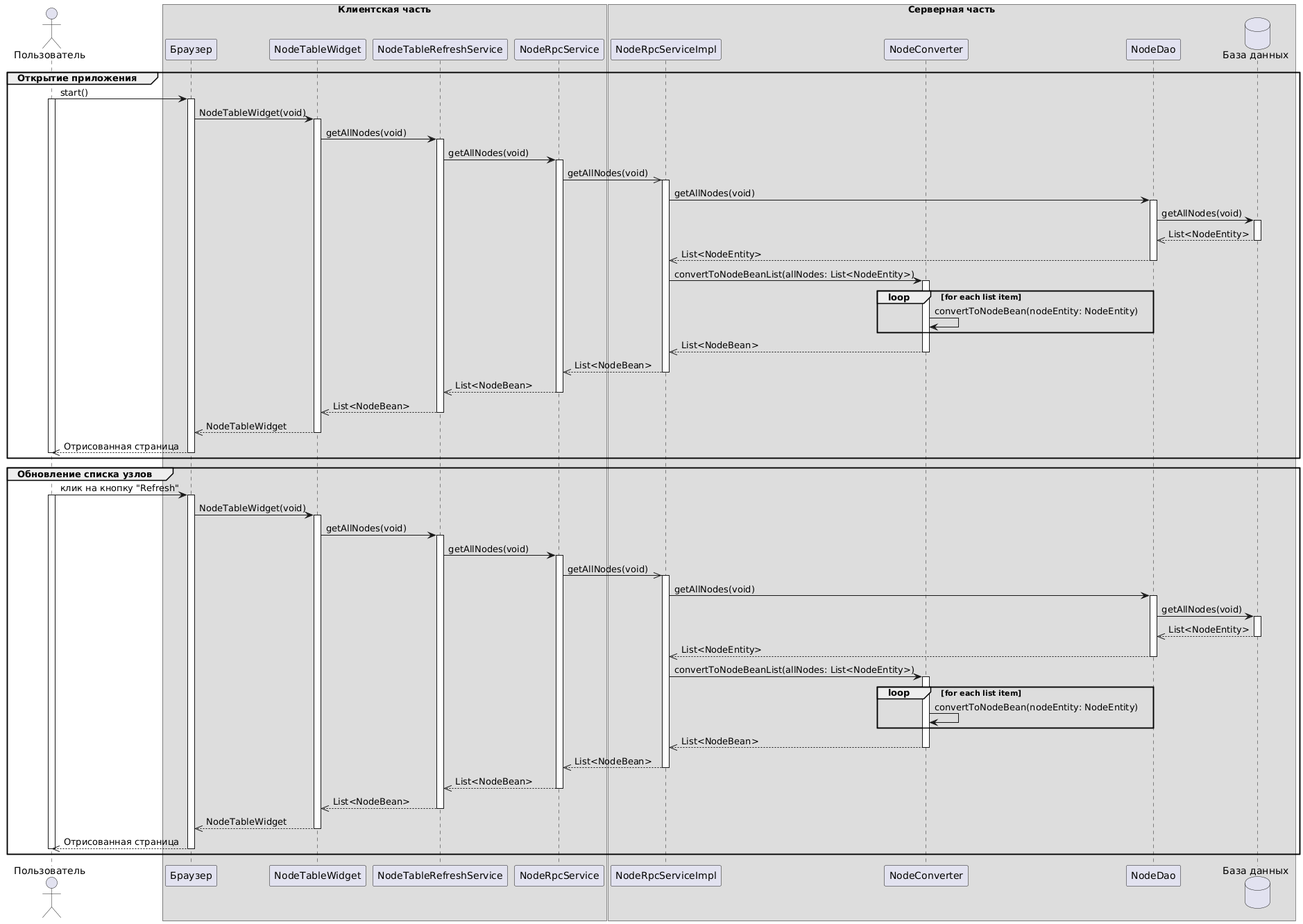
dbespa/gwt-tree keeps this PlantUML diagram as docs/sequence-diagram.png. Above is the earlier version.
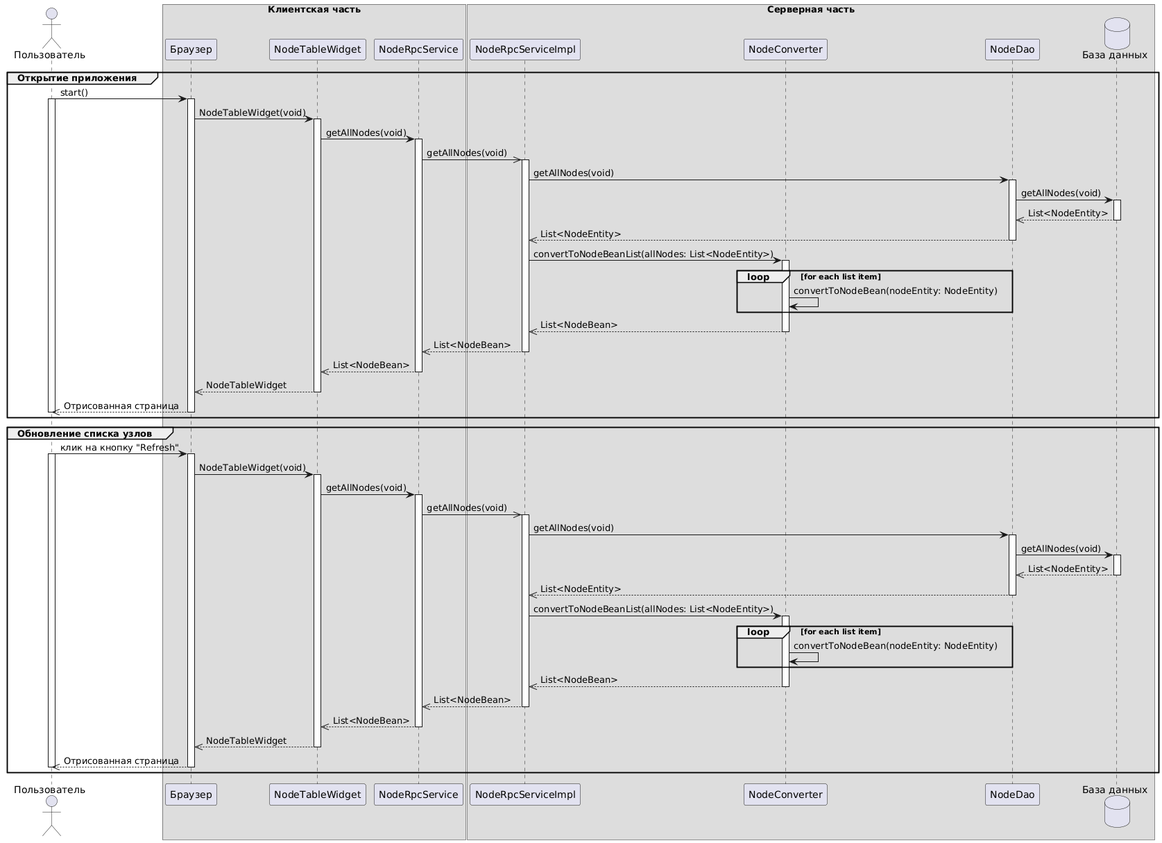
After the change.

Diff of the diagram source:
```diff
@@ -3,7 +3,6 @@
 box "Клиентская часть"
 participant "Браузер" as browser
 participant "NodeTableWidget" as widget
-participant "NodeTableRefreshService" as refreshService
 participant "NodeRpcService" as rpcService
 box end
 box "Серверная часть"
@@ -18,8 +17,7 @@
 user -> browser++:start()
 activate user
 browser -> widget++:NodeTableWidget(void)
-widget -> refreshService++:getAllNodes(void)
-refreshService -> rpcService++:getAllNodes(void)
+widget -> rpcService++:getAllNodes(void)
 rpcService ->> rpcServiceImpl++:getAllNodes(void)
 rpcServiceImpl -> dao++:getAllNodes(void)
 dao -> db++:getAllNodes(void)
@@ -32,8 +30,7 @@
 end
 converter -->> rpcServiceImpl--:List<NodeBean>
 rpcServiceImpl -->> rpcService--:List<NodeBean>
-rpcService -->> refreshService--:List<NodeBean>
-refreshService -->> widget--:List<NodeBean>
+rpcService -->> widget--:List<NodeBean>
 widget -->> browser--:NodeTableWidget
 browser -->> user--:Отрисованная страница
 deactivate user
@@ -45,8 +42,7 @@
 user -> browser++:клик на кнопку "Refresh"
 activate user
 browser -> widget++:NodeTableWidget(void)
-widget -> refreshService++:getAllNodes(void)
-refreshService -> rpcService++:getAllNodes(void)
+widget -> rpcService++:getAllNodes(void)
 rpcService ->> rpcServiceImpl++:getAllNodes(void)
 rpcServiceImpl -> dao++:getAllNodes(void)
 dao -> db++:getAllNodes(void)
@@ -59,8 +55,7 @@
 end
 converter -->> rpcServiceImpl--:List<NodeBean>
 rpcServiceImpl -->> rpcService--:List<NodeBean>
-rpcService -->> refreshService--:List<NodeBean>
-refreshService -->> widget--:List<NodeBean>
+rpcService -->> widget--:List<NodeBean>
 widget -->> browser--:NodeTableWidget
 browser -->> user--:Отрисованная страница
 deactivate user
```
